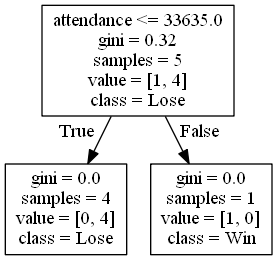
Above: DecisionTrees/Mountain Westdecision_tree_with_score6.png in alexana-steck/CSE482Project (Graphviz), before the change. Its source is kept beside it as DecisionTrees/Mountain Westdecision_tree_with_score6.dot.
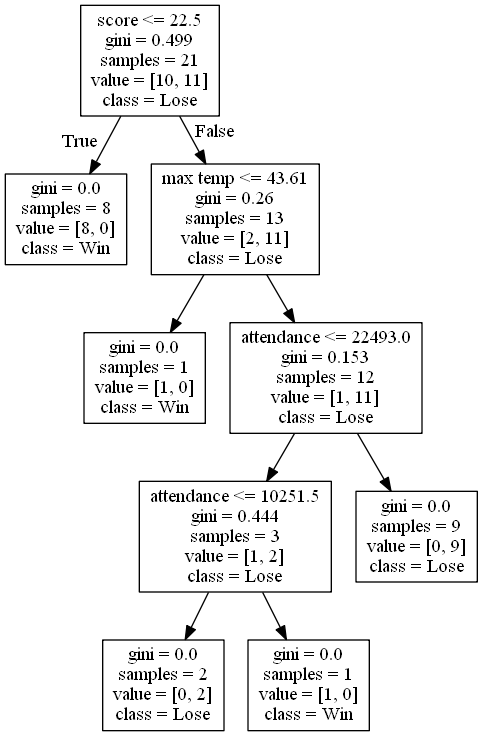
After the change.

Diff of the diagram source:
```diff
@@ -1,8 +1,20 @@
 digraph Tree {
 node [shape=box] ;
-0 [label="attendance <= 33635.0\ngini = 0.32\nsamples = 5\nvalue = [1, 4]\nclass = Lose"] ;
-1 [label="gini = 0.0\nsamples = 4\nvalue = [0, 4]\nclass = Lose"] ;
+0 [label="score <= 22.5\ngini = 0.499\nsamples = 21\nvalue = [10, 11]\nclass = Lose"] ;
+1 [label="gini = 0.0\nsamples = 8\nvalue = [8, 0]\nclass = Win"] ;
 0 -> 1 [labeldistance=2.5, labelangle=45, headlabel="True"] ;
-2 [label="gini = 0.0\nsamples = 1\nvalue = [1, 0]\nclass = Win"] ;
+2 [label="max temp <= 43.61\ngini = 0.26\nsamples = 13\nvalue = [2, 11]\nclass = Lose"] ;
 0 -> 2 [labeldistance=2.5, labelangle=-45, headlabel="False"] ;
+3 [label="gini = 0.0\nsamples = 1\nvalue = [1, 0]\nclass = Win"] ;
+2 -> 3 ;
+4 [label="attendance <= 22493.0\ngini = 0.153\nsamples = 12\nvalue = [1, 11]\nclass = Lose"] ;
+2 -> 4 ;
+5 [label="attendance <= 10251.5\ngini = 0.444\nsamples = 3\nvalue = [1, 2]\nclass = Lose"] ;
+4 -> 5 ;
+6 [label="gini = 0.0\nsamples = 2\nvalue = [0, 2]\nclass = Lose"] ;
+5 -> 6 ;
+7 [label="gini = 0.0\nsamples = 1\nvalue = [1, 0]\nclass = Win"] ;
+5 -> 7 ;
+8 [label="gini = 0.0\nsamples = 9\nvalue = [0, 9]\nclass = Lose"] ;
+4 -> 8 ;
 }
```
